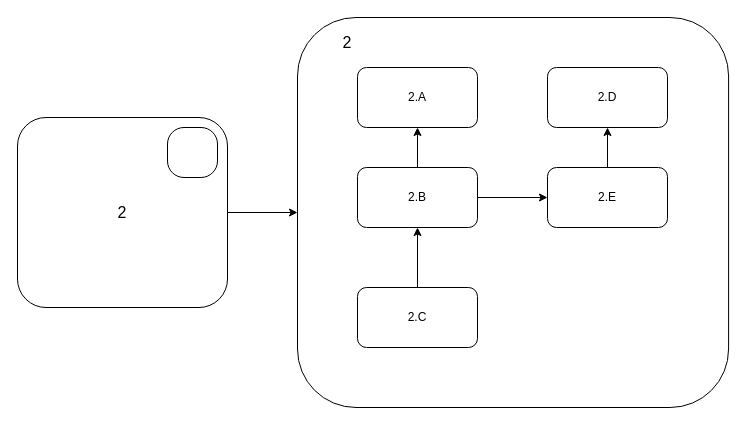
Before: metamodel.drawio in Adrian-Hansen-dev/software-architecture, a draw.io diagram. Source tidied: cells renumbered, new cells numbered last; positions are measured from the earlier drawing's top-left corner, leaving out a move shared by most shapes. Both pictures are drawn from the tidied source at 100%, with x=0, y=0 at pixel (17, 17). Pictures stored in the file or linked from it are replaced by grey dashed boxes.
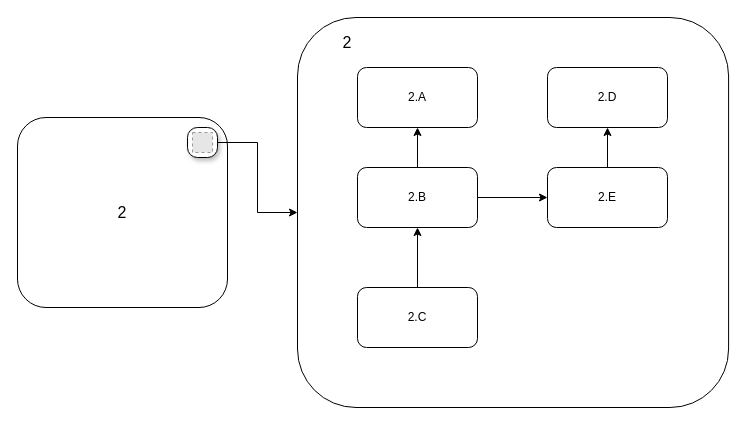
After the change.

The edit, as a diff of the source:
```diff
@@
 <mxGraphModel>
   <root>
     <mxCell id="0" />
     <mxCell id="1" parent="0" />
+    <mxCell id="3" style="rounded=1;whiteSpace=wrap;html=1;" parent="1" vertex="1">
+      <mxGeometry y="100" width="210" height="190" as="geometry" />
+    </mxCell>
-    <mxCell id="2" style="edgeStyle=orthogonalEdgeStyle;rounded=0;jettySize=auto;html=1;" parent="1" edge="1" source="3" target="4">
+    <mxCell id="2" style="edgeStyle=orthogonalEdgeStyle;rounded=0;jettySize=auto;html=1;entryX=0;entryY=0.5;entryDx=0;entryDy=0;" parent="1" edge="1" source="16" target="4">
       <mxGeometry relative="1" as="geometry" />
     </mxCell>
-    <mxCell id="3" style="rounded=1;whiteSpace=wrap;html=1;" parent="1" vertex="1">
-      <mxGeometry y="100" width="210" height="190" as="geometry" />
-    </mxCell>
     <mxCell id="4" style="rounded=1;whiteSpace=wrap;html=1;" parent="1" vertex="1">
       <mxGeometry x="280" width="431.1" height="390" as="geometry" />
     </mxCell>
     <mxCell id="5" value="2.A" style="rounded=1;whiteSpace=wrap;html=1;" parent="1" vertex="1">
       <mxGeometry x="340" y="50" width="120" height="60" as="geometry" />
     </mxCell>
     <mxCell id="6" style="edgeStyle=orthogonalEdgeStyle;rounded=0;jettySize=auto;html=1;" parent="1" edge="1" source="7" target="8">
       <mxGeometry relative="1" as="geometry" />
     </mxCell>
     <mxCell id="7" value="2.E" style="rounded=1;whiteSpace=wrap;html=1;" parent="1" vertex="1">
       <mxGeometry x="530" y="150" width="120" height="60" as="geometry" />
     </mxCell>
     <mxCell id="8" value="2.D" style="rounded=1;whiteSpace=wrap;html=1;" parent="1" vertex="1">
       <mxGeometry x="530" y="50" width="120" height="60" as="geometry" />
     </mxCell>
     <mxCell id="9" style="edgeStyle=orthogonalEdgeStyle;rounded=0;jettySize=auto;html=1;" parent="1" edge="1" source="11" target="7">
       <mxGeometry relative="1" as="geometry" />
     </mxCell>
     <mxCell id="10" style="edgeStyle=orthogonalEdgeStyle;rounded=0;jettySize=auto;html=1;" parent="1" edge="1" source="11" target="5">
       <mxGeometry relative="1" as="geometry" />
     </mxCell>
     <mxCell id="11" value="2.B" style="rounded=1;whiteSpace=wrap;html=1;" parent="1" vertex="1">
       <mxGeometry x="340" y="150" width="120" height="60" as="geometry" />
     </mxCell>
     <mxCell id="12" style="edgeStyle=orthogonalEdgeStyle;rounded=0;jettySize=auto;html=1;" parent="1" edge="1" source="13" target="11">
       <mxGeometry relative="1" as="geometry" />
     </mxCell>
     <mxCell id="13" value="2.C" style="rounded=1;whiteSpace=wrap;html=1;" parent="1" vertex="1">
       <mxGeometry x="340" y="270" width="120" height="60" as="geometry" />
     </mxCell>
     <mxCell id="14" value="&lt;font style=&quot;font-size: 16px;&quot;&gt;2&lt;/font&gt;" style="text;html=1;whiteSpace=wrap;strokeColor=none;fillColor=none;align=center;verticalAlign=middle;rounded=0;" parent="1" vertex="1">
       <mxGeometry x="300" y="10" width="60" height="30" as="geometry" />
     </mxCell>
     <mxCell id="15" value="&lt;font style=&quot;font-size: 16px;&quot;&gt;2&lt;/font&gt;" style="text;html=1;whiteSpace=wrap;strokeColor=none;fillColor=none;align=center;verticalAlign=middle;rounded=0;" parent="1" vertex="1">
       <mxGeometry x="75" y="180" width="60" height="30" as="geometry" />
     </mxCell>
-    <mxCell id="16" style="rounded=1;whiteSpace=wrap;html=1;arcSize=33;" parent="1" vertex="1">
-      <mxGeometry x="150" y="110" width="50" height="50" as="geometry" />
+    <mxCell id="16" style="rounded=1;whiteSpace=wrap;html=1;arcSize=33;shadow=1;" parent="1" vertex="1">
+      <mxGeometry x="170" y="110" width="30" height="30" as="geometry" />
     </mxCell>
+    <mxCell id="17" style="fillColor=#E6E6E6;strokeColor=#999999;dashed=1;verticalLabelPosition=bottom;labelBackgroundColor=default;verticalAlign=top;" parent="1" vertex="1">
+      <mxGeometry x="175" y="115" width="20" height="20" as="geometry" />
+    </mxCell>
   </root>
 </mxGraphModel>
```
